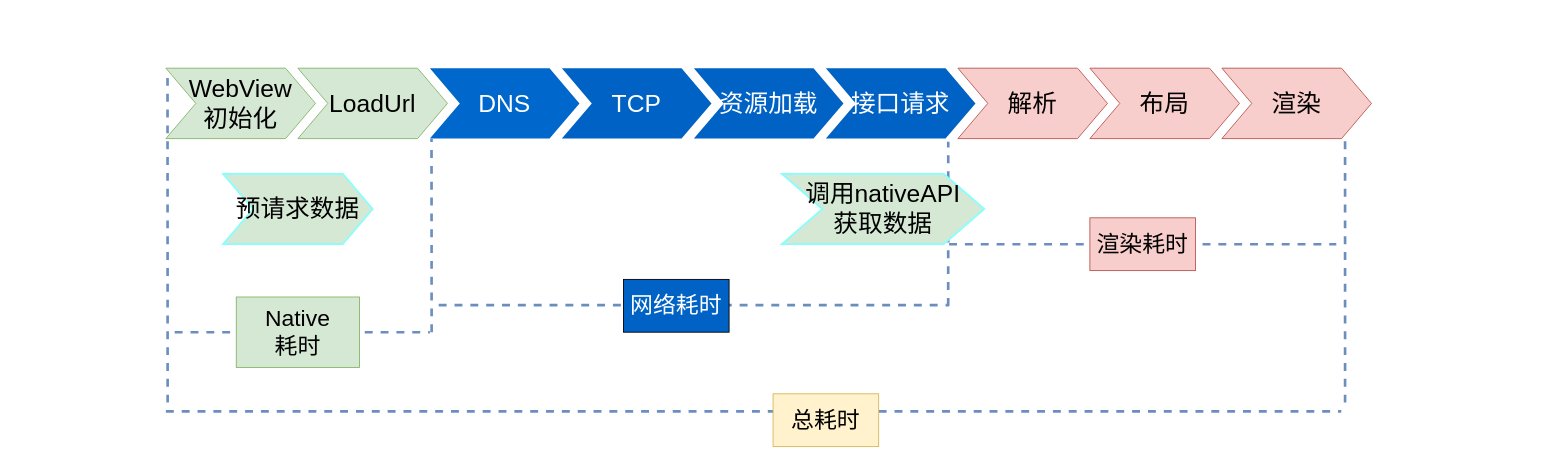
This is 预加载.drawio from hottaiger/gitTest, a draw.io file, before an edit. Source tidied: cells renumbered, new cells numbered last; positions are measured from the earlier drawing's top-left corner, leaving out a move shared by most shapes. Both pictures are drawn from the tidied source at 88%, with x=0, y=0 at pixel (165, 68).
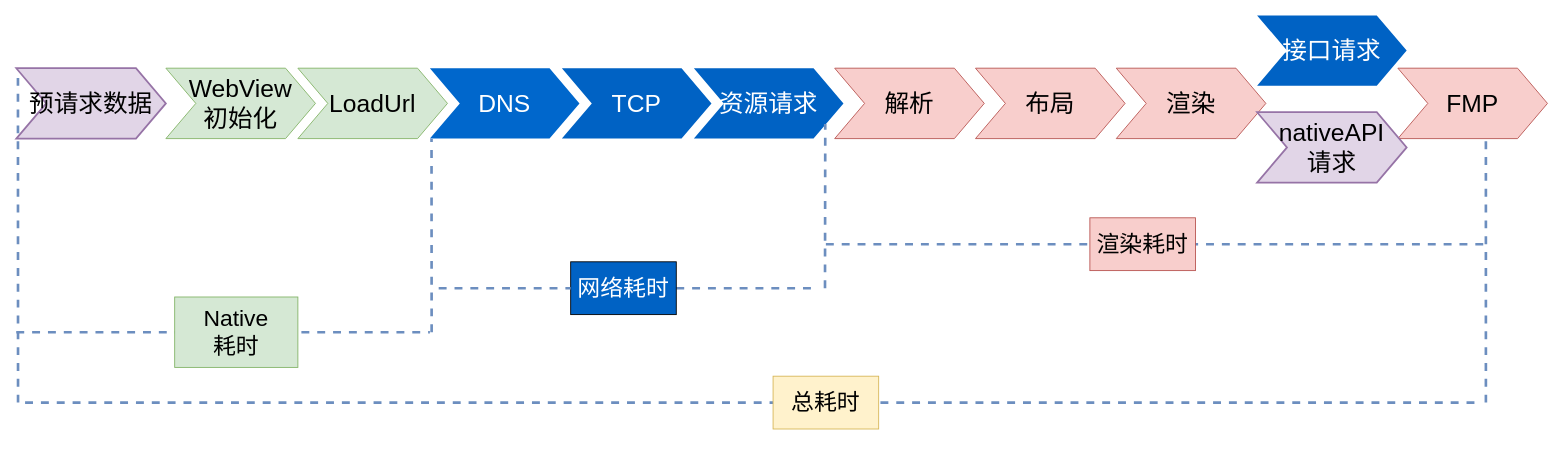
After the change.

Commit message:
更新预加载.drawio

Unchanged cells that the change refers to:
```xml
<mxCell id="2" value="WebView&lt;br&gt;初始化" style="shape=step;whiteSpace=wrap;html=1;fontSize=28;fillColor=#d5e8d4;strokeColor=#82b366;" parent="1" vertex="1">
  <mxGeometry width="170" height="80" as="geometry" />
</mxCell>
<mxCell id="4" value="DNS" style="shape=step;whiteSpace=wrap;html=1;fontSize=28;fillColor=#0067CC;fontColor=#FFFFFF;strokeColor=none;" parent="1" vertex="1">
  <mxGeometry x="300" width="170" height="80" as="geometry" />
</mxCell>
```

The edit, as a diff of the source:
```diff
@@
-    <mxCell id="6" value="资源加载" style="shape=step;whiteSpace=wrap;html=1;fontSize=28;fillColor=#0062C4;fontColor=#FFFFFF;strokeColor=none;" parent="1" vertex="1">
-      <mxGeometry x="600" width="170" height="80" as="geometry" />
-    </mxCell>
-    <mxCell id="7" value="接口请求" style="shape=step;whiteSpace=wrap;html=1;fontSize=28;fillColor=#0062C4;fontColor=#FFFFFF;strokeColor=none;" parent="1" vertex="1">
-      <mxGeometry x="750" width="170" height="80" as="geometry" />
-    </mxCell>
+    <mxCell id="25" value="资源请求" style="shape=step;whiteSpace=wrap;html=1;fontSize=28;fillColor=#0062C4;fontColor=#FFFFFF;strokeColor=none;" parent="1" vertex="1">
+      <mxGeometry x="600" width="170" height="80" as="geometry" />
+    </mxCell>
     <mxCell id="8" value="解析" style="shape=step;whiteSpace=wrap;html=1;fontSize=28;fillColor=#f8cecc;strokeColor=#b85450;" parent="1" vertex="1">
-      <mxGeometry x="900" width="170" height="80" as="geometry" />
+      <mxGeometry x="760" width="170" height="80" as="geometry" />
     </mxCell>
     <mxCell id="9" value="布局" style="shape=step;whiteSpace=wrap;html=1;fontSize=28;fillColor=#f8cecc;strokeColor=#b85450;" parent="1" vertex="1">
-      <mxGeometry x="1050" width="170" height="80" as="geometry" />
+      <mxGeometry x="920" width="170" height="80" as="geometry" />
     </mxCell>
     <mxCell id="10" value="渲染" style="shape=step;whiteSpace=wrap;html=1;fontSize=28;fillColor=#f8cecc;strokeColor=#b85450;" parent="1" vertex="1">
-      <mxGeometry x="1200" width="170" height="80" as="geometry" />
+      <mxGeometry x="1080" width="170" height="80" as="geometry" />
     </mxCell>
-    <mxCell id="11" style="endArrow=none;dashed=1;html=1;rounded=0;entryX=0.011;entryY=0.043;entryDx=0;entryDy=0;entryPerimeter=0;fillColor=#dae8fc;strokeColor=#6c8ebf;strokeWidth=3;" parent="1" edge="1" target="2">
-      <mxGeometry relative="1" as="geometry">
-        <mxPoint x="2" y="380" as="sourcePoint" />
-      </mxGeometry>
-    </mxCell>
-    <mxCell id="12" style="endArrow=none;dashed=1;html=1;rounded=0;strokeWidth=3;entryX=0.011;entryY=1.007;entryDx=0;entryDy=0;entryPerimeter=0;fillColor=#dae8fc;strokeColor=#6c8ebf;" parent="1" edge="1" target="4">
-      <mxGeometry relative="1" as="geometry">
-        <mxPoint x="302" y="300" as="sourcePoint" />
-      </mxGeometry>
-    </mxCell>
-    <mxCell id="13" style="endArrow=none;dashed=1;html=1;rounded=0;strokeWidth=3;fillColor=#dae8fc;strokeColor=#6c8ebf;" parent="1" edge="1">
-      <mxGeometry relative="1" as="geometry">
-        <mxPoint x="10" y="300" as="sourcePoint" />
-        <mxPoint x="300" y="300" as="targetPoint" />
-      </mxGeometry>
-    </mxCell>
+    <mxCell id="26" style="endArrow=none;dashed=1;html=1;rounded=0;entryX=0.011;entryY=0.043;entryDx=0;entryDy=0;entryPerimeter=0;fillColor=#dae8fc;strokeColor=#6c8ebf;strokeWidth=3;" parent="1" edge="1">
+      <mxGeometry relative="1" as="geometry">
+        <mxPoint x="-168" y="380" as="sourcePoint" />
+        <mxPoint x="-168.1" y="3.4" as="targetPoint" />
+      </mxGeometry>
+    </mxCell>
+    <mxCell id="27" style="endArrow=none;dashed=1;html=1;rounded=0;strokeWidth=3;entryX=0.011;entryY=1.007;entryDx=0;entryDy=0;entryPerimeter=0;fillColor=#dae8fc;strokeColor=#6c8ebf;" parent="1" edge="1" target="4">
+      <mxGeometry relative="1" as="geometry">
+        <mxPoint x="302" y="300" as="sourcePoint" />
+      </mxGeometry>
+    </mxCell>
+    <mxCell id="28" style="endArrow=none;dashed=1;html=1;rounded=0;strokeWidth=3;fillColor=#dae8fc;strokeColor=#6c8ebf;" parent="1" edge="1">
+      <mxGeometry relative="1" as="geometry">
+        <mxPoint x="-170" y="300" as="sourcePoint" />
+        <mxPoint x="300" y="300" as="targetPoint" />
+      </mxGeometry>
+    </mxCell>
     <mxCell id="14" value="&lt;font style=&quot;font-size: 26px&quot;&gt;Native&lt;br&gt;耗时&lt;/font&gt;" style="rounded=0;whiteSpace=wrap;html=1;fillColor=#d5e8d4;strokeColor=#82b366;" parent="1" vertex="1">
-      <mxGeometry x="80" y="260" width="140" height="80" as="geometry" />
+      <mxGeometry x="10" y="260" width="140" height="80" as="geometry" />
     </mxCell>
-    <mxCell id="15" style="endArrow=none;dashed=1;html=1;rounded=0;fontSize=26;strokeWidth=3;entryX=0.818;entryY=1.043;entryDx=0;entryDy=0;entryPerimeter=0;fillColor=#dae8fc;strokeColor=#6c8ebf;" parent="1" edge="1" target="7">
-      <mxGeometry relative="1" as="geometry">
-        <mxPoint x="889" y="270" as="sourcePoint" />
-      </mxGeometry>
-    </mxCell>
-    <mxCell id="16" style="endArrow=none;dashed=1;html=1;rounded=0;fontSize=26;strokeWidth=3;entryX=0.818;entryY=1.043;entryDx=0;entryDy=0;entryPerimeter=0;fillColor=#dae8fc;strokeColor=#6c8ebf;" parent="1" edge="1">
-      <mxGeometry relative="1" as="geometry">
-        <mxPoint x="1340" y="380" as="sourcePoint" />
-        <mxPoint x="1340" y="80" as="targetPoint" />
-      </mxGeometry>
-    </mxCell>
-    <mxCell id="17" style="endArrow=none;dashed=1;html=1;rounded=0;fontSize=26;strokeWidth=3;fillColor=#dae8fc;strokeColor=#6c8ebf;" parent="1" edge="1">
-      <mxGeometry relative="1" as="geometry">
-        <mxPoint x="310" y="269.3" as="sourcePoint" />
-        <mxPoint x="890" y="269.3" as="targetPoint" />
-      </mxGeometry>
-    </mxCell>
+    <mxCell id="29" style="endArrow=none;dashed=1;html=1;rounded=0;fontSize=26;strokeWidth=3;entryX=0.818;entryY=1.043;entryDx=0;entryDy=0;entryPerimeter=0;fillColor=#dae8fc;strokeColor=#6c8ebf;" parent="1" edge="1">
+      <mxGeometry relative="1" as="geometry">
+        <mxPoint x="749" y="250" as="sourcePoint" />
+        <mxPoint x="749.3" y="63.4" as="targetPoint" />
+      </mxGeometry>
+    </mxCell>
+    <mxCell id="30" style="endArrow=none;dashed=1;html=1;rounded=0;fontSize=26;strokeWidth=3;entryX=0.818;entryY=1.043;entryDx=0;entryDy=0;entryPerimeter=0;fillColor=#dae8fc;strokeColor=#6c8ebf;" parent="1" edge="1">
+      <mxGeometry relative="1" as="geometry">
+        <mxPoint x="1500" y="380" as="sourcePoint" />
+        <mxPoint x="1500" y="80" as="targetPoint" />
+      </mxGeometry>
+    </mxCell>
+    <mxCell id="31" style="endArrow=none;dashed=1;html=1;rounded=0;fontSize=26;strokeWidth=3;fillColor=#dae8fc;strokeColor=#6c8ebf;startArrow=none;" parent="1" edge="1" source="18">
+      <mxGeometry relative="1" as="geometry">
+        <mxPoint x="740" y="250" as="targetPoint" />
+      </mxGeometry>
+    </mxCell>
+    <mxCell id="32" style="endArrow=none;dashed=1;html=1;rounded=0;fontSize=26;fontColor=#FFFFFF;strokeWidth=3;fillColor=#dae8fc;strokeColor=#6c8ebf;" parent="1" edge="1">
+      <mxGeometry relative="1" as="geometry">
+        <mxPoint x="750" y="200" as="sourcePoint" />
+        <mxPoint x="1500" y="200" as="targetPoint" />
+      </mxGeometry>
+    </mxCell>
+    <mxCell id="20" value="渲染耗时" style="rounded=0;whiteSpace=wrap;html=1;fontSize=26;fillColor=#f8cecc;strokeColor=#b85450;" parent="1" vertex="1">
+      <mxGeometry x="1050" y="170" width="120" height="60" as="geometry" />
+    </mxCell>
+    <mxCell id="33" style="endArrow=none;dashed=1;html=1;rounded=0;fontSize=26;fontColor=#FFFFFF;strokeWidth=3;fillColor=#dae8fc;strokeColor=#6c8ebf;" parent="1" edge="1">
+      <mxGeometry relative="1" as="geometry">
+        <mxPoint x="-160" y="380" as="sourcePoint" />
+        <mxPoint x="1490" y="380" as="targetPoint" />
+      </mxGeometry>
+    </mxCell>
+    <mxCell id="22" value="总耗时" style="rounded=0;whiteSpace=wrap;html=1;fontSize=26;fillColor=#fff2cc;strokeColor=#d6b656;" parent="1" vertex="1">
+      <mxGeometry x="690" y="350" width="120" height="60" as="geometry" />
+    </mxCell>
+    <mxCell id="7" value="接口请求" style="shape=step;whiteSpace=wrap;html=1;fontSize=28;fillColor=#0062C4;fontColor=#FFFFFF;strokeColor=none;" parent="1" vertex="1">
+      <mxGeometry x="1240" y="-60" width="170" height="80" as="geometry" />
+    </mxCell>
+    <mxCell id="34" value="FMP" style="shape=step;whiteSpace=wrap;html=1;fontSize=28;fillColor=#f8cecc;strokeColor=#b85450;" parent="1" vertex="1">
+      <mxGeometry x="1400" width="170" height="80" as="geometry" />
+    </mxCell>
+    <mxCell id="23" value="预请求数据" style="shape=step;whiteSpace=wrap;html=1;fontSize=28;fillColor=#e1d5e7;strokeColor=#9673a6;strokeWidth=2;" parent="1" vertex="1">
+      <mxGeometry x="-170" width="170" height="80" as="geometry" />
+    </mxCell>
     <mxCell id="18" value="&lt;font color=&quot;#ffffff&quot;&gt;网络耗时&lt;/font&gt;" style="rounded=0;whiteSpace=wrap;html=1;fontSize=26;fillColor=#0062C4;" parent="1" vertex="1">
-      <mxGeometry x="520" y="240" width="120" height="60" as="geometry" />
+      <mxGeometry x="460" y="220" width="120" height="60" as="geometry" />
     </mxCell>
-    <mxCell id="19" style="endArrow=none;dashed=1;html=1;rounded=0;fontSize=26;fontColor=#FFFFFF;strokeWidth=3;fillColor=#dae8fc;strokeColor=#6c8ebf;" parent="1" edge="1">
-      <mxGeometry relative="1" as="geometry">
-        <mxPoint x="890" y="200" as="sourcePoint" />
-        <mxPoint x="1330" y="200" as="targetPoint" />
-      </mxGeometry>
-    </mxCell>
-    <mxCell id="20" value="渲染耗时" style="rounded=0;whiteSpace=wrap;html=1;fontSize=26;fillColor=#f8cecc;strokeColor=#b85450;" parent="1" vertex="1">
-      <mxGeometry x="1050" y="170" width="120" height="60" as="geometry" />
-    </mxCell>
-    <mxCell id="21" style="endArrow=none;dashed=1;html=1;rounded=0;fontSize=26;fontColor=#FFFFFF;strokeWidth=3;fillColor=#dae8fc;strokeColor=#6c8ebf;" parent="1" edge="1">
-      <mxGeometry relative="1" as="geometry">
-        <mxPoint y="390" as="sourcePoint" />
-        <mxPoint x="1335.7" y="390" as="targetPoint" />
-      </mxGeometry>
-    </mxCell>
-    <mxCell id="22" value="总耗时" style="rounded=0;whiteSpace=wrap;html=1;fontSize=26;fillColor=#fff2cc;strokeColor=#d6b656;" parent="1" vertex="1">
-      <mxGeometry x="690" y="370" width="120" height="60" as="geometry" />
-    </mxCell>
-    <mxCell id="23" value="预请求数据" style="shape=step;whiteSpace=wrap;html=1;fontSize=28;fillColor=#d5e8d4;strokeColor=#85FFFF;strokeWidth=2;" parent="1" vertex="1">
-      <mxGeometry x="65" y="120" width="170" height="80" as="geometry" />
-    </mxCell>
-    <mxCell id="24" value="调用nativeAPI&lt;br&gt;获取数据" style="shape=step;whiteSpace=wrap;html=1;fontSize=28;fillColor=#d5e8d4;strokeColor=#85FFFF;strokeWidth=2;" parent="1" vertex="1">
-      <mxGeometry x="700" y="120" width="230" height="80" as="geometry" />
-    </mxCell>
+    <mxCell id="35" style="endArrow=none;dashed=1;html=1;rounded=0;fontSize=26;strokeWidth=3;fillColor=#dae8fc;strokeColor=#6c8ebf;" parent="1" edge="1" target="18">
+      <mxGeometry relative="1" as="geometry">
+        <mxPoint x="310" y="250" as="sourcePoint" />
+      </mxGeometry>
+    </mxCell>
+    <mxCell id="36" value="nativeAPI&lt;br&gt;请求" style="shape=step;whiteSpace=wrap;html=1;fontSize=28;fillColor=#e1d5e7;strokeColor=#9673a6;strokeWidth=2;" parent="1" vertex="1">
+      <mxGeometry x="1240" y="50" width="170" height="80" as="geometry" />
+    </mxCell>
```
